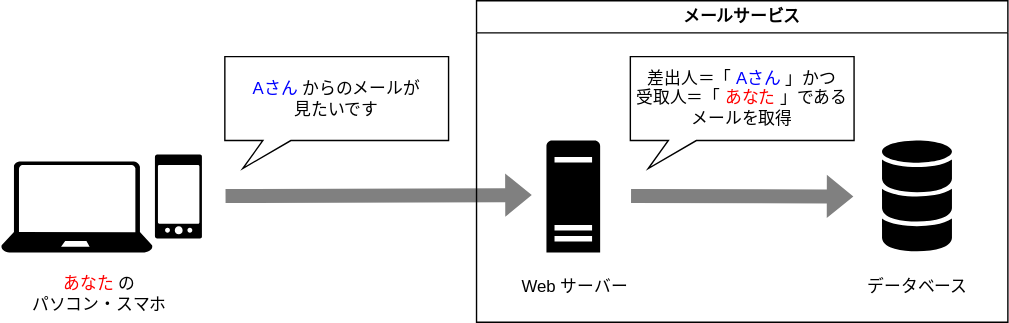
Before: security/sql-injection/normal.drawio.svg, a diagram exported from draw.io (ut-code/security). Source tidied: cells renumbered, new cells last; positions are measured from the earlier drawing's top-left corner, leaving out a move shared by most shapes.
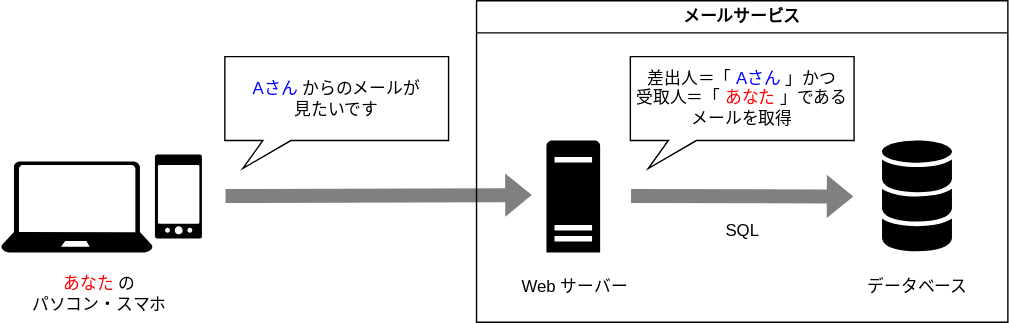
The same file after the commit.

Change to the diagram source:
```diff
@@ -44,5 +44,8 @@
     <mxCell id="13" value="データベース" style="text;strokeColor=none;fillColor=none;align=center;verticalAlign=middle;rounded=0;fontFamily=sans-serif;html=1;" parent="7" vertex="1">
       <mxGeometry x="260" y="190" width="110" height="30" as="geometry" />
     </mxCell>
+    <mxCell id="14" value="SQL" style="text;strokeColor=none;fillColor=none;align=center;verticalAlign=middle;rounded=0;fontFamily=sans-serif;html=1;" parent="7" vertex="1">
+      <mxGeometry x="110" y="150" width="160" height="30" as="geometry" />
+    </mxCell>
   </root>
 </mxGraphModel>
```
